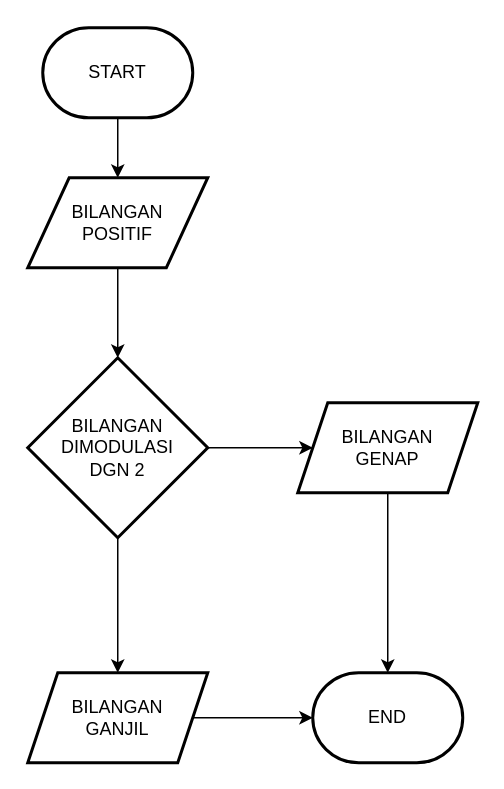
This is Bilangan Ganjil Genap.drawio from Vanvill027/Algo_B_23241075_2, a draw.io file, before an edit. Source tidied: cells renumbered, new cells numbered last; positions are measured from the earlier drawing's top-left corner, leaving out a move shared by most shapes. Both pictures are drawn from the tidied source at 150%, with x=0, y=0 at pixel (27, 27).
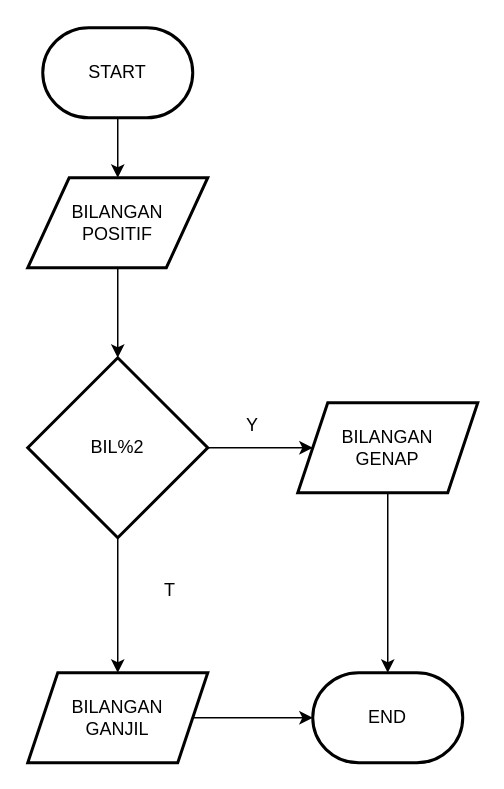
Above is the later version.

The edit, as a diff of the source:
```diff
@@
 <mxGraphModel>
   <root>
     <mxCell id="0" />
     <mxCell id="1" parent="0" />
     <mxCell id="2" style="edgeStyle=orthogonalEdgeStyle;rounded=0;jettySize=auto;html=1;" parent="1" edge="1" source="3" target="6">
       <mxGeometry relative="1" as="geometry" />
     </mxCell>
     <mxCell id="3" value="BILANGAN&lt;br&gt;POSITIF" style="shape=parallelogram;html=1;strokeWidth=2;perimeter=parallelogramPerimeter;whiteSpace=wrap;rounded=1;arcSize=0;size=0.23;" parent="1" vertex="1">
       <mxGeometry y="100" width="120" height="60" as="geometry" />
     </mxCell>
     <mxCell id="4" style="edgeStyle=orthogonalEdgeStyle;rounded=0;jettySize=auto;html=1;" parent="1" edge="1" source="6" target="7">
       <mxGeometry relative="1" as="geometry" />
     </mxCell>
     <mxCell id="5" style="edgeStyle=orthogonalEdgeStyle;rounded=0;jettySize=auto;html=1;" parent="1" edge="1" source="6" target="9">
       <mxGeometry relative="1" as="geometry" />
     </mxCell>
-    <mxCell id="6" value="BILANGAN DIMODULASI&lt;br&gt;DGN 2" style="rhombus;whiteSpace=wrap;html=1;strokeWidth=2;rounded=1;arcSize=0;" parent="1" vertex="1">
+    <mxCell id="6" value="BIL%2" style="rhombus;whiteSpace=wrap;html=1;strokeWidth=2;rounded=1;arcSize=0;" parent="1" vertex="1">
       <mxGeometry y="220" width="120" height="120" as="geometry" />
     </mxCell>
     <mxCell id="7" value="BILANGAN&lt;br&gt;GENAP" style="shape=parallelogram;perimeter=parallelogramPerimeter;whiteSpace=wrap;html=1;fixedSize=1;strokeWidth=2;rounded=1;arcSize=0;" parent="1" vertex="1">
       <mxGeometry x="180" y="250" width="120" height="60" as="geometry" />
     </mxCell>
     <mxCell id="8" style="edgeStyle=orthogonalEdgeStyle;rounded=0;jettySize=auto;html=1;" parent="1" edge="1" source="9" target="12">
       <mxGeometry relative="1" as="geometry" />
     </mxCell>
     <mxCell id="9" value="BILANGAN&lt;br&gt;GANJIL" style="shape=parallelogram;perimeter=parallelogramPerimeter;whiteSpace=wrap;html=1;fixedSize=1;strokeWidth=2;rounded=1;arcSize=0;" parent="1" vertex="1">
       <mxGeometry y="430" width="120" height="60" as="geometry" />
     </mxCell>
     <mxCell id="10" style="edgeStyle=orthogonalEdgeStyle;rounded=0;jettySize=auto;html=1;" parent="1" edge="1" source="11" target="3">
       <mxGeometry relative="1" as="geometry" />
     </mxCell>
     <mxCell id="11" value="START" style="strokeWidth=2;html=1;shape=mxgraph.flowchart.terminator;whiteSpace=wrap;" parent="1" vertex="1">
       <mxGeometry x="10" width="100" height="60" as="geometry" />
     </mxCell>
     <mxCell id="12" value="END" style="strokeWidth=2;html=1;shape=mxgraph.flowchart.terminator;whiteSpace=wrap;" parent="1" vertex="1">
       <mxGeometry x="190" y="430" width="100" height="60" as="geometry" />
     </mxCell>
     <mxCell id="13" style="edgeStyle=orthogonalEdgeStyle;rounded=0;jettySize=auto;html=1;exitX=0.5;exitY=1;exitDx=0;exitDy=0;entryX=0.5;entryY=0;entryDx=0;entryDy=0;entryPerimeter=0;" parent="1" edge="1" source="7" target="12">
       <mxGeometry relative="1" as="geometry" />
     </mxCell>
+    <mxCell id="14" value="Y" style="text;html=1;strokeColor=none;fillColor=none;align=center;verticalAlign=middle;whiteSpace=wrap;rounded=0;" parent="1" vertex="1">
+      <mxGeometry x="120" y="250" width="60" height="30" as="geometry" />
+    </mxCell>
+    <mxCell id="15" value="T" style="text;html=1;strokeColor=none;fillColor=none;align=center;verticalAlign=middle;whiteSpace=wrap;rounded=0;" parent="1" vertex="1">
+      <mxGeometry x="65" y="360" width="60" height="30" as="geometry" />
+    </mxCell>
   </root>
 </mxGraphModel>
```
